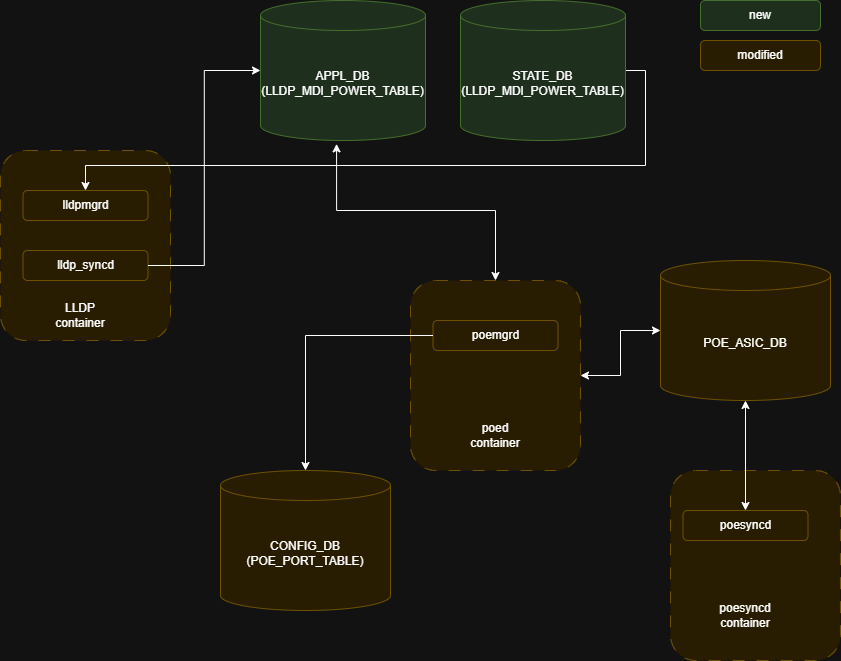
Earlier version of the draw.io export doc/poe_power_via_mdi/poe_lldp_diagram_data_flow.png (sonic-net/SONiC). Source tidied: cells renumbered, new cells last; positions are measured from the earlier drawing's top-left corner, leaving out a move shared by most shapes.
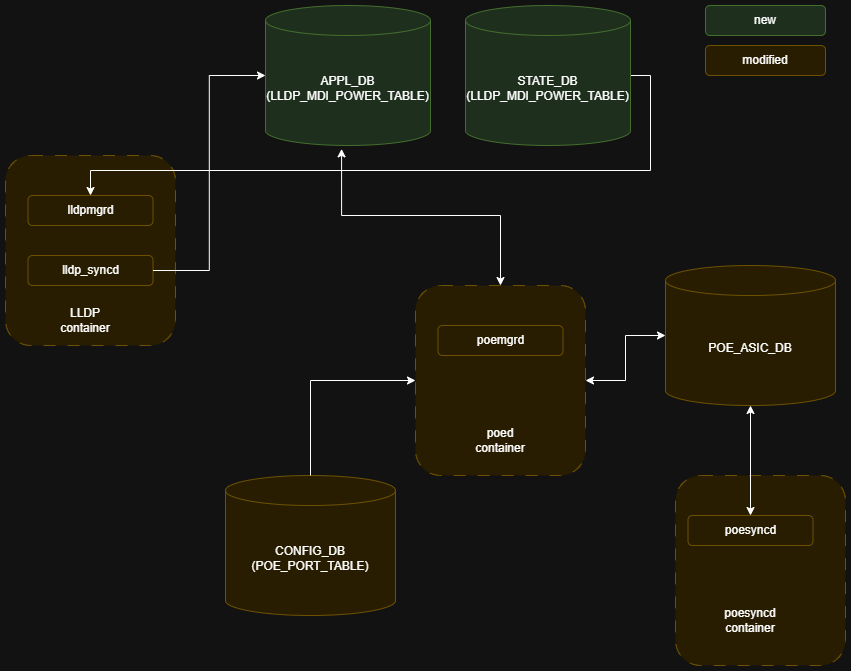
Later version of the same file.

Commit message:
poe_lldp_diagram_architecture

Change to the diagram source:
```diff
@@ -35,9 +35,9 @@
     <mxCell id="12" value="poemgrd" style="rounded=1;whiteSpace=wrap;html=1;fillColor=#fff2cc;strokeColor=#d6b656;" parent="1" vertex="1">
       <mxGeometry x="432.5" y="320" width="125" height="30" as="geometry" />
     </mxCell>
-    <mxCell id="13" style="edgeStyle=orthogonalEdgeStyle;rounded=0;jettySize=auto;html=1;entryX=0.5;entryY=0;entryDx=0;entryDy=0;entryPerimeter=0;" parent="1" edge="1" source="12" target="9">
-      <mxGeometry relative="1" as="geometry" />
-    </mxCell>
+    <mxCell id="24" style="edgeStyle=orthogonalEdgeStyle;rounded=0;jettySize=auto;html=1;entryX=0;entryY=0.5;entryDx=0;entryDy=0;exitX=0.5;exitY=0;exitDx=0;exitDy=0;exitPerimeter=0;" parent="1" edge="1" source="9" target="10">
+      <mxGeometry relative="1" as="geometry" />
+    </mxCell>
     <mxCell id="14" style="edgeStyle=orthogonalEdgeStyle;rounded=0;jettySize=auto;html=1;entryX=0;entryY=0.5;entryDx=0;entryDy=0;entryPerimeter=0;" parent="1" edge="1" source="4" target="7">
       <mxGeometry relative="1" as="geometry" />
     </mxCell>
```
